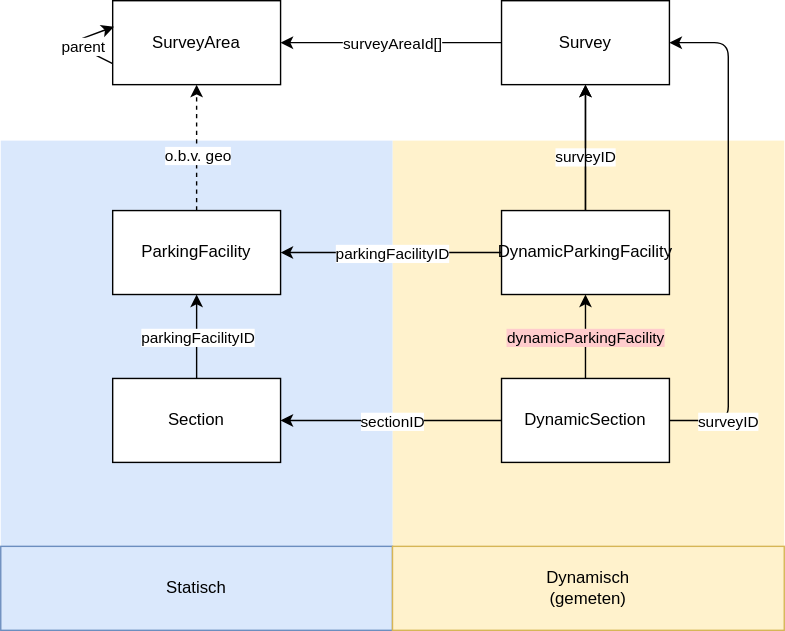
Earlier version of the draw.io export api-fiets/docs/objecten.drawio.svg (bertrik-sikken-technolution/datastandaard-fietsparkeren). Source tidied: cells renumbered, new cells last; positions are measured from the earlier drawing's top-left corner, leaving out a move shared by most shapes.
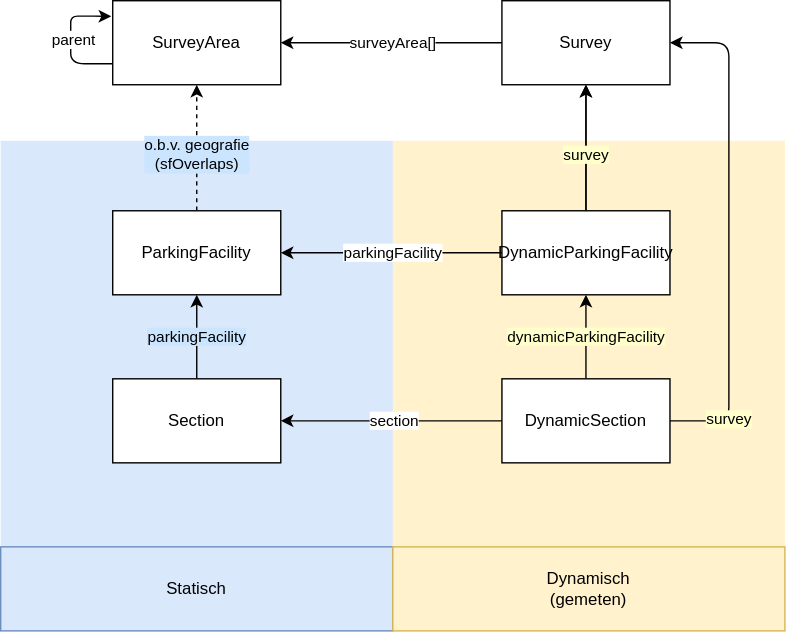
After the change.

The edit, as a diff of the source:
```diff
@@ -14,7 +14,7 @@
     <mxCell id="5" style="edgeStyle=none;html=1;" parent="1" edge="1" source="7" target="4">
       <mxGeometry relative="1" as="geometry" />
     </mxCell>
-    <mxCell id="6" value="surveyAreaId[]" style="edgeLabel;html=1;align=center;verticalAlign=middle;" parent="5" vertex="1">
+    <mxCell id="6" value="surveyArea[]" style="edgeLabel;html=1;align=center;verticalAlign=middle;" parent="5" vertex="1">
       <mxGeometry x="-0.16" y="1" relative="1" as="geometry">
         <mxPoint x="-12" y="-1" as="offset" />
       </mxGeometry>
@@ -25,15 +25,10 @@
     <mxCell id="8" style="edgeStyle=none;html=1;" parent="1" edge="1" source="13" target="7">
       <mxGeometry relative="1" as="geometry" />
     </mxCell>
-    <mxCell id="9" value="surveyID" style="edgeLabel;html=1;align=center;verticalAlign=middle;labelBorderColor=none;labelBackgroundColor=#FFFFFF;" parent="8" vertex="1">
-      <mxGeometry x="-0.19" y="1" relative="1" as="geometry">
-        <mxPoint x="1" y="-3" as="offset" />
-      </mxGeometry>
-    </mxCell>
     <mxCell id="10" style="edgeStyle=none;html=1;" parent="1" edge="1" source="13" target="23">
       <mxGeometry relative="1" as="geometry" />
     </mxCell>
-    <mxCell id="11" value="parkingFacilityID" style="edgeLabel;html=1;align=center;verticalAlign=middle;" parent="10" vertex="1">
+    <mxCell id="11" value="parkingFacility" style="edgeLabel;html=1;align=center;verticalAlign=middle;" parent="10" vertex="1">
       <mxGeometry x="0.29" y="-1" relative="1" as="geometry">
         <mxPoint x="24" y="1" as="offset" />
       </mxGeometry>
@@ -41,6 +36,11 @@
     <mxCell id="12" style="edgeStyle=none;html=1;" parent="1" edge="1" source="13" target="7">
       <mxGeometry relative="1" as="geometry" />
     </mxCell>
+    <mxCell id="31" value="survey" style="edgeLabel;html=1;align=center;verticalAlign=middle;labelBackgroundColor=#FFFFCC;" parent="12" vertex="1">
+      <mxGeometry x="-0.37" relative="1" as="geometry">
+        <mxPoint y="-12" as="offset" />
+      </mxGeometry>
+    </mxCell>
     <mxCell id="13" value="DynamicParkingFacility" style="rounded=0;whiteSpace=wrap;html=1;" parent="1" vertex="1">
       <mxGeometry x="357.9" y="150" width="120" height="60" as="geometry" />
     </mxCell>
@@ -52,13 +52,13 @@
         </Array>
       </mxGeometry>
     </mxCell>
-    <mxCell id="15" value="surveyID" style="edgeLabel;html=1;align=center;verticalAlign=middle;" parent="14" vertex="1">
+    <mxCell id="15" value="survey" style="edgeLabel;html=1;align=center;verticalAlign=middle;labelBackgroundColor=#FFFFCC;" parent="14" vertex="1">
       <mxGeometry x="-0.77" y="1" relative="1" as="geometry" />
     </mxCell>
     <mxCell id="16" style="edgeStyle=none;html=1;" parent="1" edge="1" source="20" target="26">
       <mxGeometry relative="1" as="geometry" />
     </mxCell>
-    <mxCell id="17" value="sectionID" style="edgeLabel;html=1;align=center;verticalAlign=middle;" parent="16" vertex="1">
+    <mxCell id="17" value="section" style="edgeLabel;html=1;align=center;verticalAlign=middle;" parent="16" vertex="1">
       <mxGeometry x="0.25" y="1" relative="1" as="geometry">
         <mxPoint x="21" y="-1" as="offset" />
       </mxGeometry>
@@ -66,7 +66,7 @@
     <mxCell id="18" style="edgeStyle=none;html=1;" parent="1" edge="1" source="20" target="13">
       <mxGeometry relative="1" as="geometry" />
     </mxCell>
-    <mxCell id="19" value="dynamicParkingFacility" style="edgeLabel;html=1;align=center;verticalAlign=middle;labelBackgroundColor=#FFCCCC;" parent="18" vertex="1">
+    <mxCell id="19" value="dynamicParkingFacility" style="edgeLabel;html=1;align=center;verticalAlign=middle;labelBackgroundColor=#FFFFCC;" parent="18" vertex="1">
       <mxGeometry x="-0.27" relative="1" as="geometry">
         <mxPoint y="-8" as="offset" />
       </mxGeometry>
@@ -77,7 +77,7 @@
     <mxCell id="21" style="edgeStyle=none;html=1;dashed=1;" parent="1" edge="1" source="23" target="4">
       <mxGeometry relative="1" as="geometry" />
     </mxCell>
-    <mxCell id="22" value="o.b.v. geo" style="edgeLabel;html=1;align=center;verticalAlign=middle;" parent="21" vertex="1">
+    <mxCell id="22" value="o.b.v. geografie&lt;br&gt;(sfOverlaps)" style="edgeLabel;html=1;align=center;verticalAlign=middle;labelBackgroundColor=#CCE5FF;" parent="21" vertex="1">
       <mxGeometry x="-0.47" y="2" relative="1" as="geometry">
         <mxPoint x="2" y="-16" as="offset" />
       </mxGeometry>
@@ -88,7 +88,7 @@
     <mxCell id="24" style="edgeStyle=none;html=1;" parent="1" edge="1" source="26" target="23">
       <mxGeometry relative="1" as="geometry" />
     </mxCell>
-    <mxCell id="25" value="parkingFacilityID" style="edgeLabel;html=1;align=center;verticalAlign=middle;" parent="24" vertex="1">
+    <mxCell id="25" value="parkingFacility" style="edgeLabel;html=1;align=center;verticalAlign=middle;labelBackgroundColor=#CCE5FF;" parent="24" vertex="1">
       <mxGeometry x="-0.34" y="2" relative="1" as="geometry">
         <mxPoint x="2" y="-10" as="offset" />
       </mxGeometry>
@@ -102,15 +102,20 @@
     <mxCell id="28" value="Dynamisch&lt;br&gt;(gemeten)" style="text;html=1;strokeColor=#d6b656;fillColor=#fff2cc;align=center;verticalAlign=middle;whiteSpace=wrap;rounded=0;" parent="1" vertex="1">
       <mxGeometry x="280" y="390" width="280" height="60" as="geometry" />
     </mxCell>
-    <mxCell id="29" style="edgeStyle=none;html=1;exitX=0;exitY=0.75;exitDx=0;exitDy=0;entryX=0.008;entryY=0.309;entryDx=0;entryDy=0;entryPerimeter=0;" parent="1" edge="1" source="4" target="4">
+    <mxCell id="29" style="edgeStyle=none;html=1;exitX=0;exitY=0.75;exitDx=0;exitDy=0;entryX=-0.009;entryY=0.185;entryDx=0;entryDy=0;entryPerimeter=0;" parent="1" edge="1" source="4" target="4">
       <mxGeometry relative="1" as="geometry">
         <Array as="points">
+          <mxPoint x="50" y="45" />
           <mxPoint x="50" y="30" />
+          <mxPoint x="50" y="11" />
+          <mxPoint x="60" y="11" />
         </Array>
       </mxGeometry>
     </mxCell>
     <mxCell id="30" value="parent" style="edgeLabel;html=1;align=center;verticalAlign=middle;" parent="29" vertex="1">
-      <mxGeometry x="-0.25" y="-2" relative="1" as="geometry" />
+      <mxGeometry x="-0.25" y="-2" relative="1" as="geometry">
+        <mxPoint y="-12" as="offset" />
+      </mxGeometry>
     </mxCell>
   </root>
 </mxGraphModel>
```
